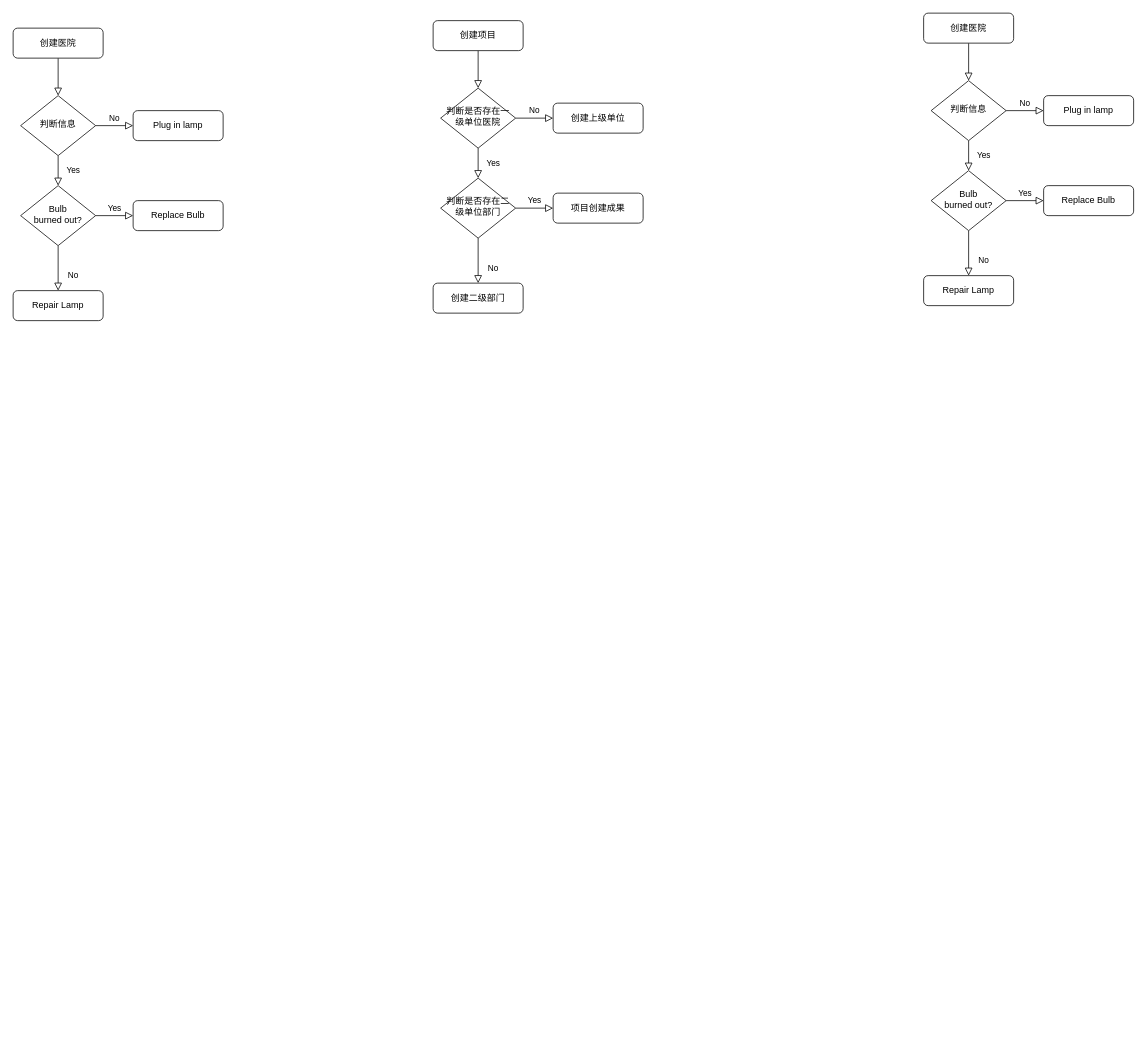
Before: Untitled Diagram.drawio in null010/chart, a draw.io diagram. Source tidied: cells renumbered, new cells numbered last; positions are measured from the earlier drawing's top-left corner, leaving out a move shared by most shapes. Both pictures are drawn from the tidied source at 75%, with x=0, y=0 at pixel (13, 13).
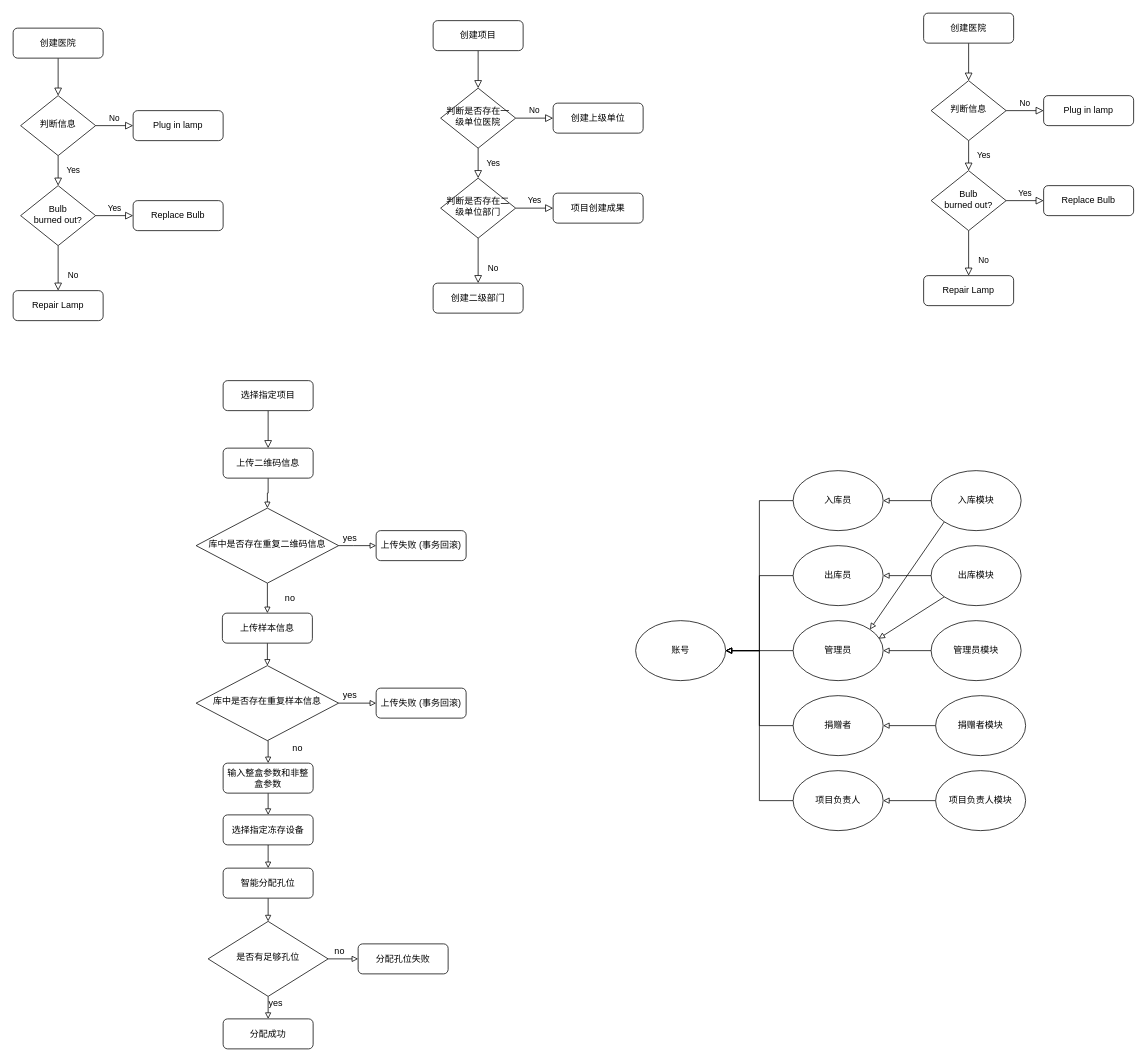
Above is the later version.

Change to the diagram source:
```diff
@@
+    <mxCell id="35" style="rounded=0;html=1;jettySize=auto;fontSize=11;endArrow=block;endFill=0;endSize=8;strokeWidth=1;shadow=0;labelBackgroundColor=none;edgeStyle=orthogonalEdgeStyle;entryX=0.5;entryY=0;entryDx=0;entryDy=0;" parent="1" edge="1" source="36" target="38">
+      <mxGeometry relative="1" as="geometry" />
+    </mxCell>
+    <mxCell id="36" value="选择指定项目" style="rounded=1;whiteSpace=wrap;html=1;fontSize=12;glass=0;strokeWidth=1;shadow=0;" parent="1" vertex="1">
+      <mxGeometry x="280" y="490" width="120" height="40" as="geometry" />
+    </mxCell>
+    <mxCell id="37" style="edgeStyle=orthogonalEdgeStyle;rounded=0;jettySize=auto;html=1;endArrow=block;endFill=0;entryX=0.5;entryY=0;entryDx=0;entryDy=0;" parent="1" edge="1" source="38" target="41">
+      <mxGeometry relative="1" as="geometry" />
+    </mxCell>
+    <mxCell id="38" value="上传二维码信息" style="rounded=1;whiteSpace=wrap;html=1;fontSize=12;glass=0;strokeWidth=1;shadow=0;" parent="1" vertex="1">
+      <mxGeometry x="280" y="580" width="120" height="40" as="geometry" />
+    </mxCell>
+    <mxCell id="39" style="edgeStyle=orthogonalEdgeStyle;rounded=0;jettySize=auto;html=1;exitX=1;exitY=0.5;exitDx=0;exitDy=0;entryX=0;entryY=0.5;entryDx=0;entryDy=0;endArrow=block;endFill=0;" parent="1" edge="1" source="41" target="42">
+      <mxGeometry relative="1" as="geometry">
+        <Array as="points">
+          <mxPoint x="454" y="710" />
+          <mxPoint x="454" y="710" />
+        </Array>
+      </mxGeometry>
+    </mxCell>
+    <mxCell id="40" style="edgeStyle=orthogonalEdgeStyle;rounded=0;jettySize=auto;html=1;exitX=0.5;exitY=1;exitDx=0;exitDy=0;endArrow=block;endFill=0;entryX=0.5;entryY=0;entryDx=0;entryDy=0;" parent="1" edge="1" source="41" target="45">
+      <mxGeometry relative="1" as="geometry" />
+    </mxCell>
+    <mxCell id="41" value="库中是否存在重复二维码信息" style="rhombus;whiteSpace=wrap;html=1;shadow=0;fontFamily=Helvetica;fontSize=12;align=center;strokeWidth=1;spacing=6;spacingTop=-4;" parent="1" vertex="1">
+      <mxGeometry x="244" y="660" width="190" height="100" as="geometry" />
+    </mxCell>
+    <mxCell id="42" value="上传失败 (事务回滚)" style="rounded=1;whiteSpace=wrap;html=1;fontSize=12;glass=0;strokeWidth=1;shadow=0;" parent="1" vertex="1">
+      <mxGeometry x="484" y="690" width="120" height="40" as="geometry" />
+    </mxCell>
+    <mxCell id="43" value="yes" style="text;html=1;align=center;verticalAlign=middle;strokeColor=none;fillColor=none;" parent="1" vertex="1">
+      <mxGeometry x="434" y="690" width="30" height="20" as="geometry" />
+    </mxCell>
+    <mxCell id="44" style="edgeStyle=orthogonalEdgeStyle;rounded=0;jettySize=auto;html=1;exitX=0.5;exitY=1;exitDx=0;exitDy=0;endArrow=block;endFill=0;entryX=0.5;entryY=0;entryDx=0;entryDy=0;" parent="1" edge="1" source="45" target="49">
+      <mxGeometry relative="1" as="geometry" />
+    </mxCell>
+    <mxCell id="45" value="上传样本信息" style="rounded=1;whiteSpace=wrap;html=1;fontSize=12;glass=0;strokeWidth=1;shadow=0;" parent="1" vertex="1">
+      <mxGeometry x="279" y="800" width="120" height="40" as="geometry" />
+    </mxCell>
+    <mxCell id="46" value="no" style="text;html=1;align=center;verticalAlign=middle;strokeColor=none;fillColor=none;" parent="1" vertex="1">
+      <mxGeometry x="354" y="770" width="30" height="20" as="geometry" />
+    </mxCell>
+    <mxCell id="47" style="edgeStyle=orthogonalEdgeStyle;rounded=0;jettySize=auto;html=1;exitX=0.5;exitY=1;exitDx=0;exitDy=0;endArrow=block;endFill=0;entryX=0.5;entryY=0;entryDx=0;entryDy=0;" parent="1" edge="1" source="49" target="54">
+      <mxGeometry relative="1" as="geometry" />
+    </mxCell>
+    <mxCell id="48" style="edgeStyle=orthogonalEdgeStyle;rounded=0;jettySize=auto;html=1;exitX=1;exitY=0.5;exitDx=0;exitDy=0;endArrow=block;endFill=0;entryX=0;entryY=0.5;entryDx=0;entryDy=0;" parent="1" edge="1" source="49" target="52">
+      <mxGeometry relative="1" as="geometry" />
+    </mxCell>
+    <mxCell id="49" value="库中是否存在重复样本信息" style="rhombus;whiteSpace=wrap;html=1;shadow=0;fontFamily=Helvetica;fontSize=12;align=center;strokeWidth=1;spacing=6;spacingTop=-4;" parent="1" vertex="1">
+      <mxGeometry x="244" y="870" width="190" height="100" as="geometry" />
+    </mxCell>
+    <mxCell id="50" value="yes" style="text;html=1;align=center;verticalAlign=middle;strokeColor=none;fillColor=none;" parent="1" vertex="1">
+      <mxGeometry x="434" y="900" width="30" height="20" as="geometry" />
+    </mxCell>
+    <mxCell id="51" value="no" style="text;html=1;align=center;verticalAlign=middle;strokeColor=none;fillColor=none;" parent="1" vertex="1">
+      <mxGeometry x="364" y="970" width="30" height="20" as="geometry" />
+    </mxCell>
+    <mxCell id="52" value="上传失败 (事务回滚)" style="rounded=1;whiteSpace=wrap;html=1;fontSize=12;glass=0;strokeWidth=1;shadow=0;" parent="1" vertex="1">
+      <mxGeometry x="484" y="900" width="120" height="40" as="geometry" />
+    </mxCell>
+    <mxCell id="53" style="edgeStyle=orthogonalEdgeStyle;rounded=0;jettySize=auto;html=1;exitX=0.5;exitY=1;exitDx=0;exitDy=0;endArrow=block;endFill=0;entryX=0.5;entryY=0;entryDx=0;entryDy=0;" parent="1" edge="1" source="54" target="63">
+      <mxGeometry relative="1" as="geometry" />
+    </mxCell>
+    <mxCell id="54" value="输入整盒参数和非整盒参数" style="rounded=1;whiteSpace=wrap;html=1;fontSize=12;glass=0;strokeWidth=1;shadow=0;" parent="1" vertex="1">
+      <mxGeometry x="280" y="1000" width="120" height="40" as="geometry" />
+    </mxCell>
+    <mxCell id="55" style="edgeStyle=orthogonalEdgeStyle;rounded=0;jettySize=auto;html=1;exitX=0.5;exitY=1;exitDx=0;exitDy=0;endArrow=block;endFill=0;entryX=0.5;entryY=0;entryDx=0;entryDy=0;" parent="1" edge="1" source="56" target="59">
+      <mxGeometry relative="1" as="geometry" />
+    </mxCell>
+    <mxCell id="56" value="智能分配孔位" style="rounded=1;whiteSpace=wrap;html=1;fontSize=12;glass=0;strokeWidth=1;shadow=0;" parent="1" vertex="1">
+      <mxGeometry x="280" y="1140" width="120" height="40" as="geometry" />
+    </mxCell>
+    <mxCell id="57" style="edgeStyle=orthogonalEdgeStyle;rounded=0;jettySize=auto;html=1;exitX=0.5;exitY=1;exitDx=0;exitDy=0;endArrow=block;endFill=0;entryX=0.5;entryY=0;entryDx=0;entryDy=0;" parent="1" edge="1" source="59" target="61">
+      <mxGeometry relative="1" as="geometry" />
+    </mxCell>
+    <mxCell id="58" style="edgeStyle=orthogonalEdgeStyle;rounded=0;jettySize=auto;html=1;exitX=1;exitY=0.5;exitDx=0;exitDy=0;endArrow=block;endFill=0;entryX=0;entryY=0.5;entryDx=0;entryDy=0;" parent="1" edge="1" source="59" target="60">
+      <mxGeometry relative="1" as="geometry" />
+    </mxCell>
+    <mxCell id="59" value="是否有足够孔位" style="rhombus;whiteSpace=wrap;html=1;shadow=0;fontFamily=Helvetica;fontSize=12;align=center;strokeWidth=1;spacing=6;spacingTop=-4;" parent="1" vertex="1">
+      <mxGeometry x="260" y="1211" width="160" height="100" as="geometry" />
+    </mxCell>
+    <mxCell id="60" value="分配孔位失败" style="rounded=1;whiteSpace=wrap;html=1;fontSize=12;glass=0;strokeWidth=1;shadow=0;" parent="1" vertex="1">
+      <mxGeometry x="460" y="1241" width="120" height="40" as="geometry" />
+    </mxCell>
+    <mxCell id="61" value="分配成功" style="rounded=1;whiteSpace=wrap;html=1;fontSize=12;glass=0;strokeWidth=1;shadow=0;" parent="1" vertex="1">
+      <mxGeometry x="280" y="1341" width="120" height="40" as="geometry" />
+    </mxCell>
+    <mxCell id="62" style="edgeStyle=orthogonalEdgeStyle;rounded=0;jettySize=auto;html=1;exitX=0.5;exitY=1;exitDx=0;exitDy=0;entryX=0.5;entryY=0;entryDx=0;entryDy=0;endArrow=block;endFill=0;" parent="1" edge="1" source="63" target="56">
+      <mxGeometry relative="1" as="geometry" />
+    </mxCell>
+    <mxCell id="63" value="选择指定冻存设备" style="rounded=1;whiteSpace=wrap;html=1;fontSize=12;glass=0;strokeWidth=1;shadow=0;" parent="1" vertex="1">
+      <mxGeometry x="280" y="1069" width="120" height="40" as="geometry" />
+    </mxCell>
+    <mxCell id="64" value="no" style="text;html=1;align=center;verticalAlign=middle;strokeColor=none;fillColor=none;" parent="1" vertex="1">
+      <mxGeometry x="420" y="1241" width="30" height="20" as="geometry" />
+    </mxCell>
+    <mxCell id="65" value="yes" style="text;html=1;align=center;verticalAlign=middle;strokeColor=none;fillColor=none;" parent="1" vertex="1">
+      <mxGeometry x="335" y="1310" width="30" height="20" as="geometry" />
+    </mxCell>
+    <mxCell id="66" style="edgeStyle=orthogonalEdgeStyle;rounded=0;jettySize=auto;html=1;exitX=0;exitY=0.5;exitDx=0;exitDy=0;entryX=1;entryY=0.5;entryDx=0;entryDy=0;endArrow=block;endFill=0;" parent="1" edge="1" source="67" target="69">
+      <mxGeometry relative="1" as="geometry" />
+    </mxCell>
+    <mxCell id="67" value="入库模块" style="ellipse;whiteSpace=wrap;html=1;" parent="1" vertex="1">
+      <mxGeometry x="1224" y="610" width="120" height="80" as="geometry" />
+    </mxCell>
+    <mxCell id="68" style="edgeStyle=orthogonalEdgeStyle;rounded=0;jettySize=auto;html=1;exitX=0;exitY=0.5;exitDx=0;exitDy=0;entryX=1;entryY=0.5;entryDx=0;entryDy=0;endArrow=block;endFill=0;" parent="1" edge="1" source="69" target="70">
+      <mxGeometry relative="1" as="geometry" />
+    </mxCell>
+    <mxCell id="69" value="入库员" style="ellipse;whiteSpace=wrap;html=1;" parent="1" vertex="1">
+      <mxGeometry x="1040" y="610" width="120" height="80" as="geometry" />
+    </mxCell>
+    <mxCell id="70" value="账号" style="ellipse;whiteSpace=wrap;html=1;" parent="1" vertex="1">
+      <mxGeometry x="830" y="810" width="120" height="80" as="geometry" />
+    </mxCell>
+    <mxCell id="71" style="edgeStyle=orthogonalEdgeStyle;rounded=0;jettySize=auto;html=1;exitX=0;exitY=0.5;exitDx=0;exitDy=0;entryX=1;entryY=0.5;entryDx=0;entryDy=0;endArrow=block;endFill=0;" parent="1" edge="1" source="72" target="74">
+      <mxGeometry relative="1" as="geometry" />
+    </mxCell>
+    <mxCell id="72" value="出库模块" style="ellipse;whiteSpace=wrap;html=1;" parent="1" vertex="1">
+      <mxGeometry x="1224" y="710" width="120" height="80" as="geometry" />
+    </mxCell>
+    <mxCell id="73" style="edgeStyle=orthogonalEdgeStyle;rounded=0;jettySize=auto;html=1;exitX=0;exitY=0.5;exitDx=0;exitDy=0;endArrow=block;endFill=0;entryX=1;entryY=0.5;entryDx=0;entryDy=0;" parent="1" edge="1" source="74" target="70">
+      <mxGeometry relative="1" as="geometry" />
+    </mxCell>
+    <mxCell id="74" value="出库员" style="ellipse;whiteSpace=wrap;html=1;" parent="1" vertex="1">
+      <mxGeometry x="1040" y="710" width="120" height="80" as="geometry" />
+    </mxCell>
+    <mxCell id="75" style="edgeStyle=orthogonalEdgeStyle;rounded=0;jettySize=auto;html=1;exitX=0;exitY=0.5;exitDx=0;exitDy=0;entryX=1;entryY=0.5;entryDx=0;entryDy=0;endArrow=block;endFill=0;" parent="1" edge="1" source="76" target="78">
+      <mxGeometry relative="1" as="geometry" />
+    </mxCell>
+    <mxCell id="76" value="管理员模块" style="ellipse;whiteSpace=wrap;html=1;" parent="1" vertex="1">
+      <mxGeometry x="1224" y="810" width="120" height="80" as="geometry" />
+    </mxCell>
+    <mxCell id="77" style="edgeStyle=orthogonalEdgeStyle;rounded=0;jettySize=auto;html=1;exitX=0;exitY=0.5;exitDx=0;exitDy=0;entryX=1;entryY=0.5;entryDx=0;entryDy=0;endArrow=block;endFill=0;" parent="1" edge="1" source="78" target="70">
+      <mxGeometry relative="1" as="geometry" />
+    </mxCell>
+    <mxCell id="78" value="管理员" style="ellipse;whiteSpace=wrap;html=1;" parent="1" vertex="1">
+      <mxGeometry x="1040" y="810" width="120" height="80" as="geometry" />
+    </mxCell>
+    <mxCell id="79" style="endArrow=block;html=1;rounded=0;exitX=0;exitY=1;exitDx=0;exitDy=0;entryX=1;entryY=0;entryDx=0;entryDy=0;endFill=0;" parent="1" edge="1" source="67" target="78">
+      <mxGeometry relative="1" as="geometry" />
+    </mxCell>
+    <mxCell id="80" style="edgeStyle=orthogonalEdgeStyle;rounded=0;jettySize=auto;html=1;exitX=0;exitY=0.5;exitDx=0;exitDy=0;entryX=1;entryY=0.5;entryDx=0;entryDy=0;endArrow=block;endFill=0;" parent="1" edge="1" source="81" target="70">
+      <mxGeometry relative="1" as="geometry" />
+    </mxCell>
+    <mxCell id="81" value="捐赠者" style="ellipse;whiteSpace=wrap;html=1;" parent="1" vertex="1">
+      <mxGeometry x="1040" y="910" width="120" height="80" as="geometry" />
+    </mxCell>
+    <mxCell id="82" style="edgeStyle=orthogonalEdgeStyle;rounded=0;jettySize=auto;html=1;exitX=0;exitY=0.5;exitDx=0;exitDy=0;entryX=1;entryY=0.5;entryDx=0;entryDy=0;endArrow=block;endFill=0;" parent="1" edge="1" source="83" target="81">
+      <mxGeometry relative="1" as="geometry" />
+    </mxCell>
+    <mxCell id="83" value="捐赠者模块" style="ellipse;whiteSpace=wrap;html=1;" parent="1" vertex="1">
+      <mxGeometry x="1230" y="910" width="120" height="80" as="geometry" />
+    </mxCell>
+    <mxCell id="84" style="edgeStyle=orthogonalEdgeStyle;rounded=0;jettySize=auto;html=1;exitX=0;exitY=0.5;exitDx=0;exitDy=0;entryX=1;entryY=0.5;entryDx=0;entryDy=0;endArrow=block;endFill=0;" parent="1" edge="1" source="85" target="70">
+      <mxGeometry relative="1" as="geometry" />
+    </mxCell>
+    <mxCell id="85" value="项目负责人" style="ellipse;whiteSpace=wrap;html=1;" parent="1" vertex="1">
+      <mxGeometry x="1040" y="1010" width="120" height="80" as="geometry" />
+    </mxCell>
+    <mxCell id="86" style="edgeStyle=orthogonalEdgeStyle;rounded=0;jettySize=auto;html=1;exitX=0;exitY=0.5;exitDx=0;exitDy=0;entryX=1;entryY=0.5;entryDx=0;entryDy=0;endArrow=block;endFill=0;" parent="1" edge="1" source="87" target="85">
+      <mxGeometry relative="1" as="geometry" />
+    </mxCell>
+    <mxCell id="87" value="项目负责人模块" style="ellipse;whiteSpace=wrap;html=1;" parent="1" vertex="1">
+      <mxGeometry x="1230" y="1010" width="120" height="80" as="geometry" />
+    </mxCell>
+    <mxCell id="88" style="endArrow=block;html=1;rounded=0;exitX=0;exitY=1;exitDx=0;exitDy=0;endFill=0;entryX=0.95;entryY=0.3;entryDx=0;entryDy=0;entryPerimeter=0;" parent="1" edge="1" source="72" target="78">
+      <mxGeometry relative="1" as="geometry" />
+    </mxCell>
```
